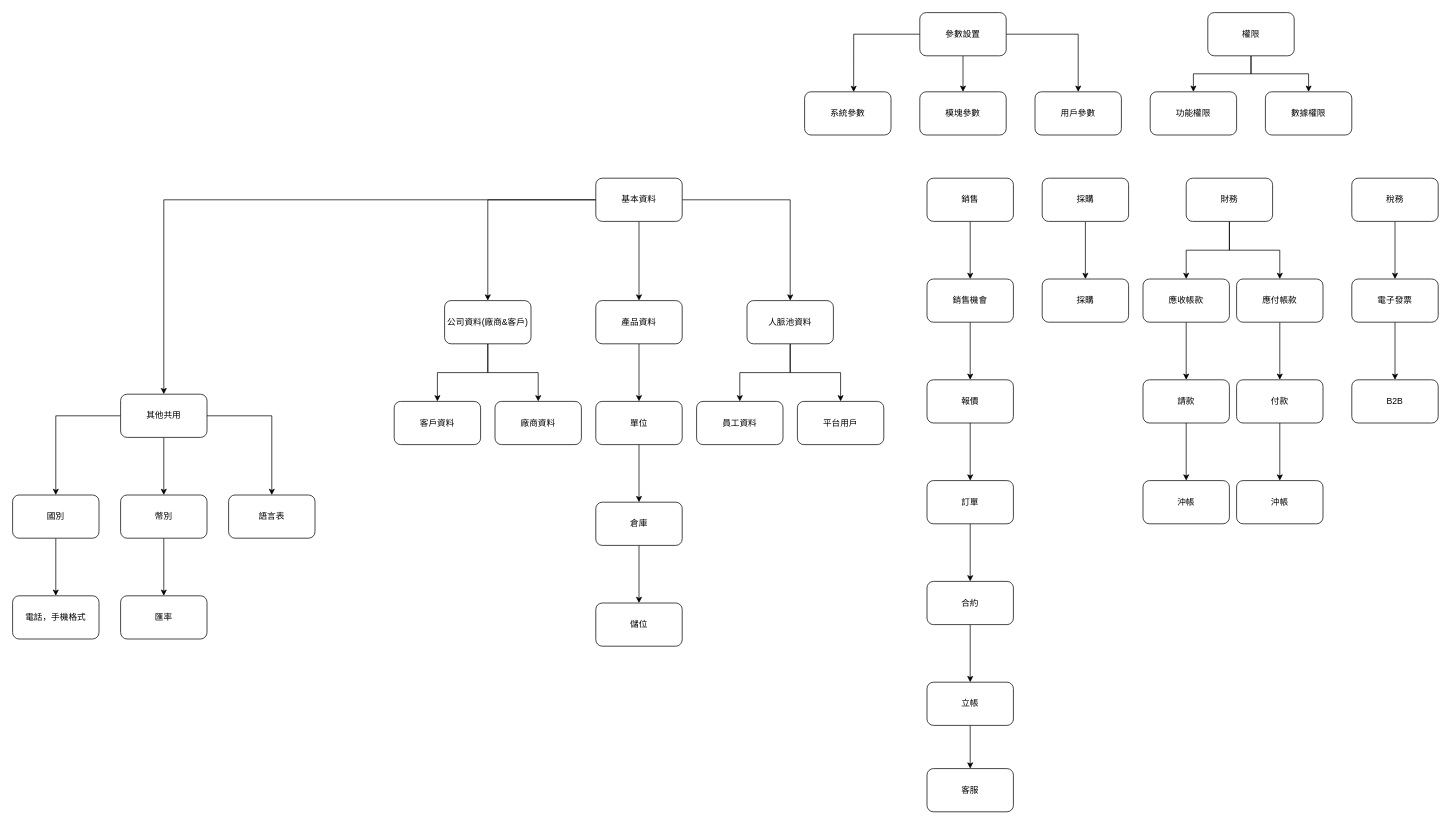
frglobal/documents keeps this draw.io diagram as fPlus_主流程.drawio. Above is the earlier version. Source tidied: cells renumbered, new cells numbered last; positions are measured from the earlier drawing's top-left corner, leaving out a move shared by most shapes. Both pictures are drawn from the tidied source at 72%, with x=0, y=0 at pixel (12, 12).
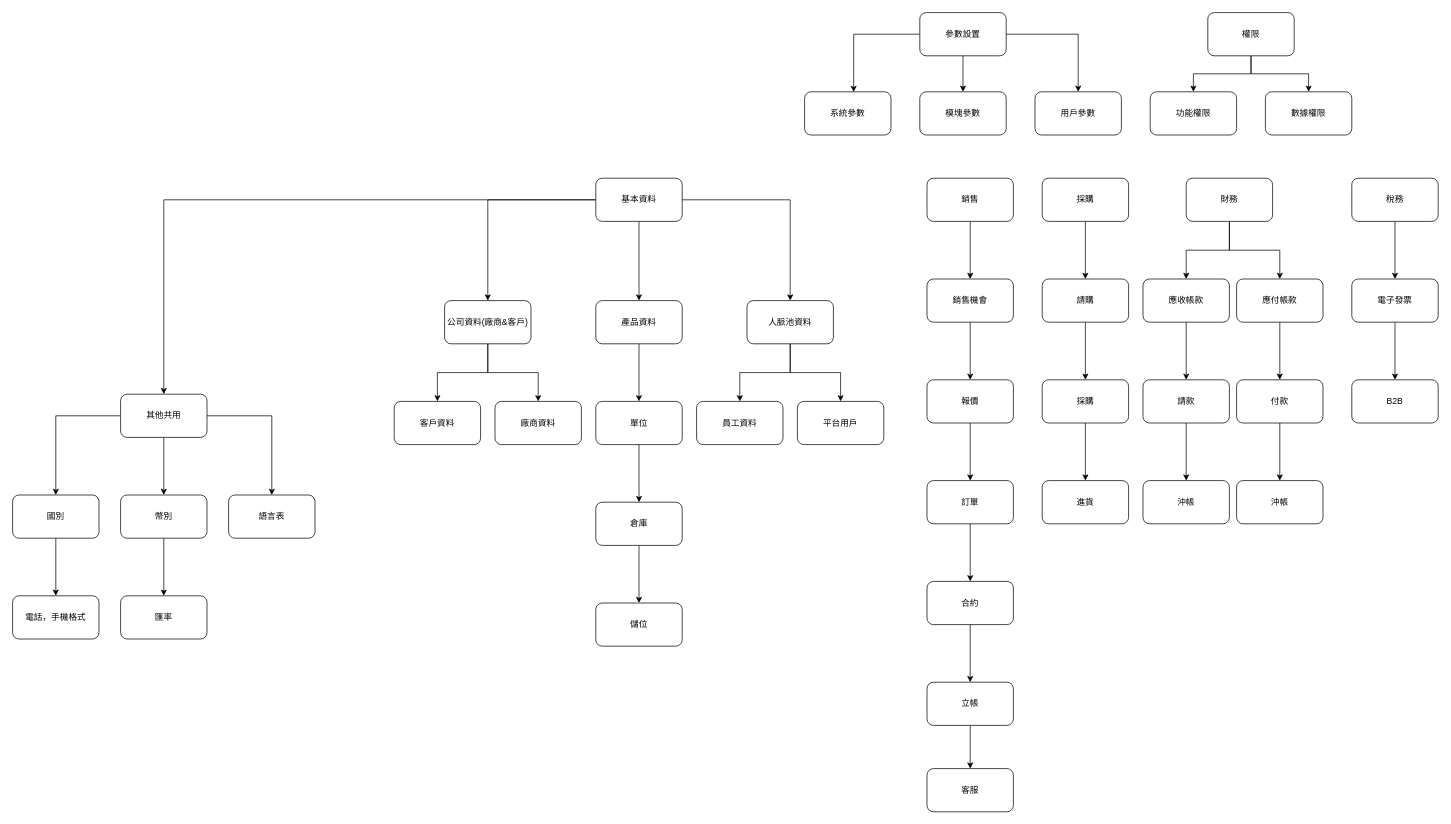
The same diagram, later.

Commit message (it also covers changes not shown here):
更新fPlus_主流程.drawio

What changed in the source:
```diff
@@
+    <mxCell id="81" style="edgeStyle=orthogonalEdgeStyle;rounded=0;jettySize=auto;html=1;" parent="1" edge="1" source="80" target="83">
+      <mxGeometry relative="1" as="geometry" />
+    </mxCell>
-    <mxCell id="80" value="採購" style="rounded=1;whiteSpace=wrap;html=1;" parent="1" vertex="1">
+    <mxCell id="80" value="請購" style="rounded=1;whiteSpace=wrap;html=1;" parent="1" vertex="1">
       <mxGeometry x="1430" y="370" width="120" height="60" as="geometry" />
     </mxCell>
+    <mxCell id="82" style="edgeStyle=orthogonalEdgeStyle;rounded=0;jettySize=auto;html=1;" parent="1" edge="1" source="83" target="84">
+      <mxGeometry relative="1" as="geometry" />
+    </mxCell>
+    <mxCell id="83" value="採購" style="rounded=1;whiteSpace=wrap;html=1;" parent="1" vertex="1">
+      <mxGeometry x="1430" y="510" width="120" height="60" as="geometry" />
+    </mxCell>
+    <mxCell id="84" value="進貨" style="rounded=1;whiteSpace=wrap;html=1;" parent="1" vertex="1">
+      <mxGeometry x="1430" y="650" width="120" height="60" as="geometry" />
+    </mxCell>
```
